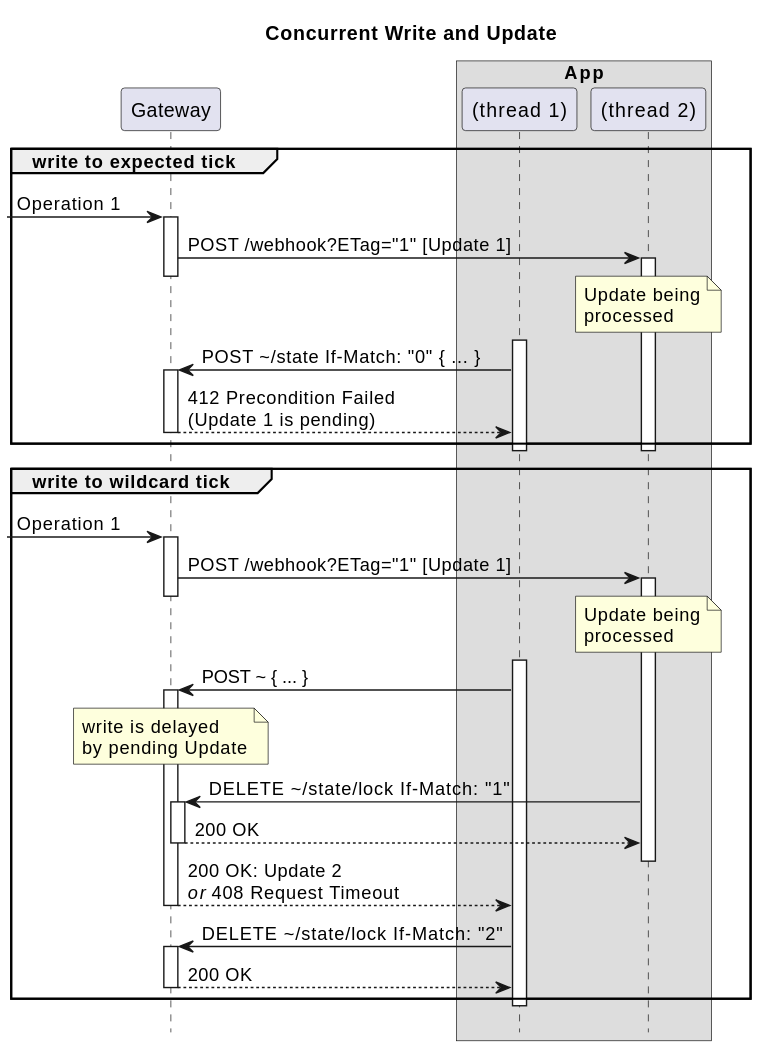
The PlantUML diagram architecture/api/http/img/5-with-pending.seq.svg in m-ld/m-ld-gateway, before a commit.
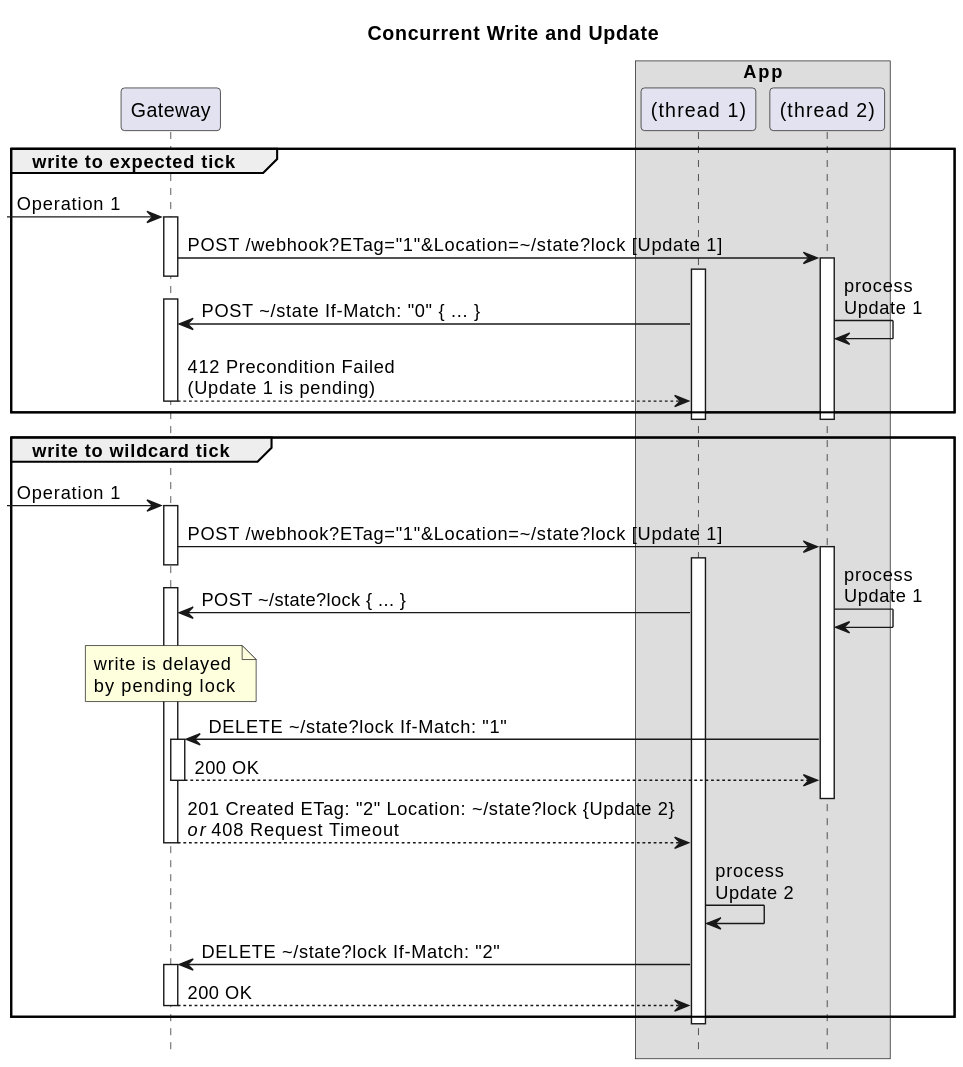
Later version of the same file.

What changed in the source:
```diff
@@ -12,10 +12,10 @@
 
 group write to expected tick
 -> gw ++: Operation 1
-gw -> app2 ++--: POST /webhook?ETag="1" [Update 1]
-note over app2: Update being\nprocessed
+gw -> app2 ++--: POST /webhook?ETag="1"&Location=\~/state?lock [Update 1]
+app2 -> app2: process\nUpdate 1
 activate app
-app -> gw ++: POST \~/state If-Match: "0" { ... }
+& app -> gw ++: POST \~/state If-Match: "0" { ... }
 return 412 Precondition Failed\n(Update 1 is pending)
 deactivate app
 deactivate app2
@@ -23,20 +23,21 @@
 
 group write to wildcard tick
 -> gw ++: Operation 1
-gw -> app2 ++--: POST /webhook?ETag="1" [Update 1]
-note over app2: Update being\nprocessed
+gw -> app2 ++--: POST /webhook?ETag="1"&Location=\~/state?lock [Update 1]
+app2 -> app2: process\nUpdate 1
 activate app
-app -> gw ++: POST \~ { ... }
+& app -> gw ++: POST \~/state?lock { ... }
 note over gw
 write is delayed
-by pending Update
+by pending lock
 end note
-app2 -> gw ++: DELETE \~/state/lock If-Match: "1"
+app2 -> gw ++: DELETE \~/state?lock If-Match: "1"
 return 200 OK
 deactivate app2
-gw --> app: 200 OK: Update 2\n//or// 408 Request Timeout
+gw --> app: 201 Created ETag: "2" Location: \~/state?lock {Update 2}\n//or// 408 Request Timeout
 deactivate gw
-app -> gw ++: DELETE \~/state/lock If-Match: "2"
+app -> app: process\nUpdate 2
+app -> gw ++: DELETE \~/state?lock If-Match: "2"
 return 200 OK
 deactivate app
 end group
```
